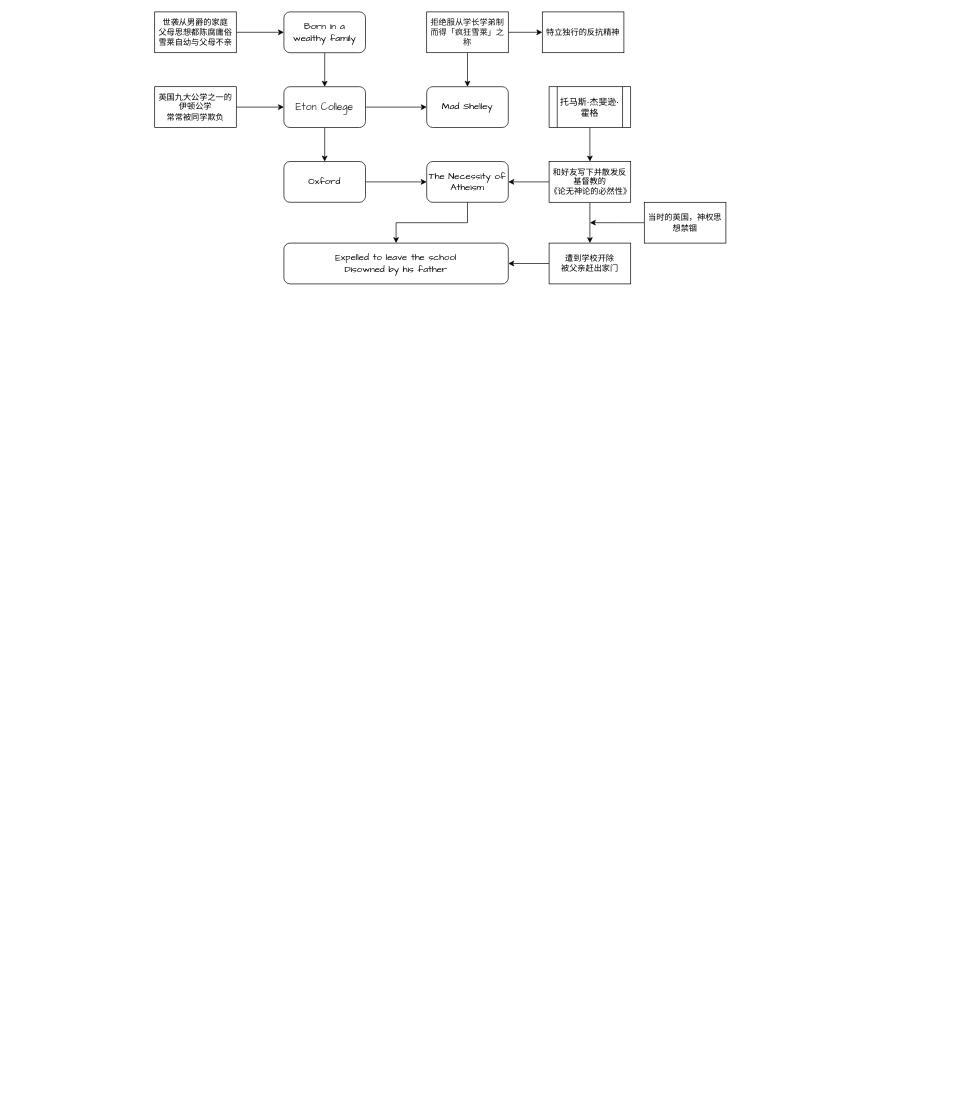
wr786/Miscellaneous keeps this draw.io diagram as Diagrams/Percy Bysshe Shelley.drawio. Above is the earlier version. Source tidied: cells renumbered, new cells numbered last; positions are measured from the earlier drawing's top-left corner, leaving out a move shared by most shapes. Both pictures are drawn from the tidied source at 68%, with x=0, y=0 at pixel (154, 12).
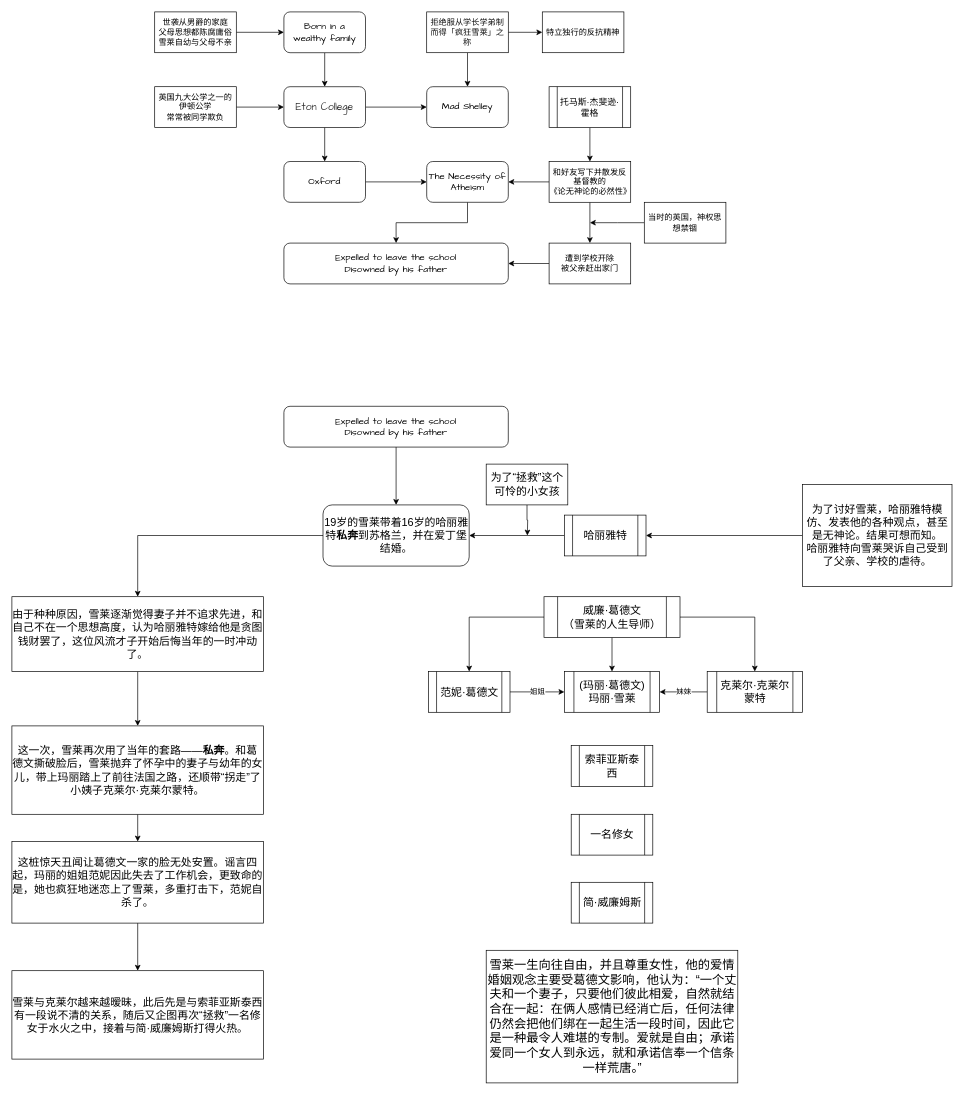
The same diagram, later.

Commit message:
Update Percy Bysshe Shelley.drawio with Love Affairs

Change to the diagram source:
```diff
@@
+    <mxCell id="30" style="edgeStyle=orthogonalEdgeStyle;rounded=0;jettySize=auto;html=1;fontSize=18;" parent="1" edge="1" source="31" target="37">
+      <mxGeometry relative="1" as="geometry" />
+    </mxCell>
+    <mxCell id="31" value="&lt;span style=&quot;font-family: &amp;#34;roboto&amp;#34; , , &amp;#34;helvetica neue&amp;#34; , &amp;#34;helvetica&amp;#34; , &amp;#34;arial&amp;#34; , sans-serif ; font-size: 16px&quot;&gt;哈丽雅特&lt;/span&gt;" style="shape=process;whiteSpace=wrap;html=1;backgroundOutline=1;" parent="1" vertex="1">
+      <mxGeometry x="602.5" y="740" width="120" height="60" as="geometry" />
+    </mxCell>
+    <mxCell id="32" style="edgeStyle=orthogonalEdgeStyle;rounded=0;jettySize=auto;html=1;" parent="1" edge="1" source="33" target="37">
+      <mxGeometry relative="1" as="geometry" />
+    </mxCell>
+    <mxCell id="33" value="Expelled to leave the school&lt;br&gt;Disowned by his father" style="rounded=1;whiteSpace=wrap;html=1;fontFamily=Comic Sans MS;fontSize=14;" parent="1" vertex="1">
+      <mxGeometry x="190" y="580" width="330" height="60" as="geometry" />
+    </mxCell>
+    <mxCell id="34" style="edgeStyle=orthogonalEdgeStyle;rounded=0;jettySize=auto;html=1;fontSize=18;" parent="1" edge="1" source="35" target="31">
+      <mxGeometry relative="1" as="geometry" />
+    </mxCell>
+    <mxCell id="35" value="&lt;span style=&quot;font-family: &amp;#34;roboto&amp;#34; , , &amp;#34;helvetica neue&amp;#34; , &amp;#34;helvetica&amp;#34; , &amp;#34;arial&amp;#34; , sans-serif ; font-size: 16px&quot;&gt;为了讨好雪莱，哈丽雅特模仿、发表他的各种观点，甚至是无神论。结果可想而知。&lt;br&gt;哈丽雅特向雪莱哭诉自己受到了父亲、学校的虐待。&lt;/span&gt;" style="rounded=0;whiteSpace=wrap;html=1;" parent="1" vertex="1">
+      <mxGeometry x="952.5" y="695" width="220" height="150" as="geometry" />
+    </mxCell>
+    <mxCell id="36" style="edgeStyle=orthogonalEdgeStyle;rounded=0;jettySize=auto;html=1;fontSize=18;" parent="1" edge="1" source="37" target="42">
+      <mxGeometry relative="1" as="geometry" />
+    </mxCell>
+    <mxCell id="37" value="&lt;span style=&quot;font-family: &amp;#34;roboto&amp;#34; , , &amp;#34;helvetica neue&amp;#34; , &amp;#34;helvetica&amp;#34; , &amp;#34;arial&amp;#34; , sans-serif ; font-size: 16px&quot;&gt;19岁的雪莱带着16岁的哈丽雅特&lt;b&gt;私奔&lt;/b&gt;到苏格兰，并在爱丁堡结婚。&lt;/span&gt;" style="rounded=1;whiteSpace=wrap;html=1;" parent="1" vertex="1">
+      <mxGeometry x="247.5" y="725" width="215" height="90" as="geometry" />
+    </mxCell>
+    <mxCell id="38" style="edgeStyle=orthogonalEdgeStyle;rounded=0;jettySize=auto;html=1;exitX=0.5;exitY=1;exitDx=0;exitDy=0;fontSize=18;" parent="1" edge="1" source="39">
+      <mxGeometry relative="1" as="geometry">
+        <mxPoint x="548" y="770" as="targetPoint" />
+      </mxGeometry>
+    </mxCell>
+    <mxCell id="39" value="&lt;span style=&quot;font-family: &amp;#34;roboto&amp;#34; , , &amp;#34;helvetica neue&amp;#34; , &amp;#34;helvetica&amp;#34; , &amp;#34;arial&amp;#34; , sans-serif ; font-size: 16px&quot;&gt;为了“拯救”这个可怜的小女孩&lt;/span&gt;" style="rounded=0;whiteSpace=wrap;html=1;" parent="1" vertex="1">
+      <mxGeometry x="487.5" y="665" width="120" height="60" as="geometry" />
+    </mxCell>
+    <mxCell id="40" value="&lt;font style=&quot;font-size: 16px&quot;&gt;(&lt;span style=&quot;font-family: &amp;#34;roboto&amp;#34; , , &amp;#34;helvetica neue&amp;#34; , &amp;#34;helvetica&amp;#34; , &amp;#34;arial&amp;#34; , sans-serif&quot;&gt;玛丽·葛德文&lt;/span&gt;)&lt;br&gt;玛丽·雪莱&lt;/font&gt;" style="shape=process;whiteSpace=wrap;html=1;backgroundOutline=1;" parent="1" vertex="1">
+      <mxGeometry x="602.5" y="970" width="140" height="60" as="geometry" />
+    </mxCell>
+    <mxCell id="41" style="edgeStyle=orthogonalEdgeStyle;rounded=0;jettySize=auto;html=1;fontSize=18;" parent="1" edge="1" source="42" target="52">
+      <mxGeometry relative="1" as="geometry" />
+    </mxCell>
+    <mxCell id="42" value="&lt;span style=&quot;font-family: &amp;#34;roboto&amp;#34; , , &amp;#34;helvetica neue&amp;#34; , &amp;#34;helvetica&amp;#34; , &amp;#34;arial&amp;#34; , sans-serif ; font-size: 16px&quot;&gt;由于种种原因，雪莱逐渐觉得妻子并不追求先进，和自己不在一个思想高度，认为哈丽雅特嫁给他是贪图钱财罢了，这位风流才子开始后悔当年的一时冲动了。&lt;/span&gt;" style="rounded=0;whiteSpace=wrap;html=1;" parent="1" vertex="1">
+      <mxGeometry x="-210" y="860" width="370" height="110" as="geometry" />
+    </mxCell>
+    <mxCell id="43" value="妹妹" style="edgeStyle=orthogonalEdgeStyle;rounded=0;jettySize=auto;html=1;" parent="1" edge="1" source="44" target="40">
+      <mxGeometry relative="1" as="geometry" />
+    </mxCell>
+    <mxCell id="44" value="&lt;span style=&quot;font-family: &amp;#34;roboto&amp;#34; , , &amp;#34;helvetica neue&amp;#34; , &amp;#34;helvetica&amp;#34; , &amp;#34;arial&amp;#34; , sans-serif ; font-size: 16px&quot;&gt;克莱尔·克莱尔蒙特&lt;/span&gt;" style="shape=process;whiteSpace=wrap;html=1;backgroundOutline=1;" parent="1" vertex="1">
+      <mxGeometry x="812.5" y="970" width="140" height="60" as="geometry" />
+    </mxCell>
+    <mxCell id="45" style="edgeStyle=orthogonalEdgeStyle;rounded=0;jettySize=auto;html=1;" parent="1" edge="1" source="48" target="44">
+      <mxGeometry relative="1" as="geometry" />
+    </mxCell>
+    <mxCell id="46" style="edgeStyle=orthogonalEdgeStyle;rounded=0;jettySize=auto;html=1;" parent="1" edge="1" source="48" target="40">
+      <mxGeometry relative="1" as="geometry" />
+    </mxCell>
+    <mxCell id="47" style="edgeStyle=orthogonalEdgeStyle;rounded=0;jettySize=auto;html=1;" parent="1" edge="1" source="48" target="50">
+      <mxGeometry relative="1" as="geometry" />
+    </mxCell>
+    <mxCell id="48" value="&lt;span style=&quot;font-family: &amp;#34;roboto&amp;#34; , , &amp;#34;helvetica neue&amp;#34; , &amp;#34;helvetica&amp;#34; , &amp;#34;arial&amp;#34; , sans-serif ; font-size: 16px&quot;&gt;威廉·葛德文&lt;br&gt;（雪莱的人生导师）&lt;br&gt;&lt;/span&gt;" style="shape=process;whiteSpace=wrap;html=1;backgroundOutline=1;" parent="1" vertex="1">
+      <mxGeometry x="572.5" y="860" width="200" height="60" as="geometry" />
+    </mxCell>
+    <mxCell id="49" value="姐姐" style="edgeStyle=orthogonalEdgeStyle;rounded=0;jettySize=auto;html=1;" parent="1" edge="1" source="50" target="40">
+      <mxGeometry relative="1" as="geometry" />
+    </mxCell>
+    <mxCell id="50" value="&lt;font style=&quot;font-size: 16px&quot;&gt;范妮·葛德文&lt;/font&gt;" style="shape=process;whiteSpace=wrap;html=1;backgroundOutline=1;" parent="1" vertex="1">
+      <mxGeometry x="402.5" y="970" width="120" height="60" as="geometry" />
+    </mxCell>
+    <mxCell id="51" style="edgeStyle=orthogonalEdgeStyle;rounded=0;jettySize=auto;html=1;" parent="1" edge="1" source="52" target="54">
+      <mxGeometry relative="1" as="geometry" />
+    </mxCell>
+    <mxCell id="52" value="&lt;span style=&quot;font-family: &amp;#34;roboto&amp;#34; , , &amp;#34;helvetica neue&amp;#34; , &amp;#34;helvetica&amp;#34; , &amp;#34;arial&amp;#34; , sans-serif ; font-size: 16px&quot;&gt;这一次，雪莱再次用了当年的套路——&lt;b&gt;私奔&lt;/b&gt;。和葛德文撕破脸后，雪莱抛弃了怀孕中的妻子与幼年的女儿，带上玛丽踏上了前往法国之路，还顺带“拐走”了小姨子克莱尔·克莱尔蒙特。&lt;/span&gt;" style="rounded=0;whiteSpace=wrap;html=1;" parent="1" vertex="1">
+      <mxGeometry x="-210" y="1050" width="370" height="130" as="geometry" />
+    </mxCell>
+    <mxCell id="53" style="edgeStyle=orthogonalEdgeStyle;rounded=0;jettySize=auto;html=1;fontSize=18;" parent="1" edge="1" source="54" target="58">
+      <mxGeometry relative="1" as="geometry" />
+    </mxCell>
+    <mxCell id="54" value="&lt;span style=&quot;font-family: &amp;#34;roboto&amp;#34; , , &amp;#34;helvetica neue&amp;#34; , &amp;#34;helvetica&amp;#34; , &amp;#34;arial&amp;#34; , sans-serif ; font-size: 16px&quot;&gt;这桩惊天丑闻让葛德文一家的脸无处安置。谣言四起，玛丽的姐姐范妮因此失去了工作机会，更致命的是，她也疯狂地迷恋上了雪莱，多重打击下，范妮自杀了。&lt;/span&gt;" style="rounded=0;whiteSpace=wrap;html=1;" parent="1" vertex="1">
+      <mxGeometry x="-210" y="1220" width="370" height="120" as="geometry" />
+    </mxCell>
+    <mxCell id="55" value="&lt;span style=&quot;font-family: &amp;#34;roboto&amp;#34; , , &amp;#34;helvetica neue&amp;#34; , &amp;#34;helvetica&amp;#34; , &amp;#34;arial&amp;#34; , sans-serif ; font-size: 16px&quot;&gt;索菲亚斯泰西&lt;/span&gt;" style="shape=process;whiteSpace=wrap;html=1;backgroundOutline=1;" parent="1" vertex="1">
+      <mxGeometry x="612.5" y="1079" width="120" height="60" as="geometry" />
+    </mxCell>
+    <mxCell id="56" value="&lt;span style=&quot;font-family: &amp;#34;roboto&amp;#34; , , &amp;#34;helvetica neue&amp;#34; , &amp;#34;helvetica&amp;#34; , &amp;#34;arial&amp;#34; , sans-serif ; font-size: 16px&quot;&gt;一名修女&lt;/span&gt;" style="shape=process;whiteSpace=wrap;html=1;backgroundOutline=1;" parent="1" vertex="1">
+      <mxGeometry x="612.5" y="1180" width="120" height="60" as="geometry" />
+    </mxCell>
+    <mxCell id="57" value="&lt;span style=&quot;font-family: &amp;#34;roboto&amp;#34; , , &amp;#34;helvetica neue&amp;#34; , &amp;#34;helvetica&amp;#34; , &amp;#34;arial&amp;#34; , sans-serif ; font-size: 16px&quot;&gt;简·威廉姆斯&lt;/span&gt;" style="shape=process;whiteSpace=wrap;html=1;backgroundOutline=1;" parent="1" vertex="1">
+      <mxGeometry x="612.5" y="1280" width="120" height="60" as="geometry" />
+    </mxCell>
+    <mxCell id="58" value="&lt;span style=&quot;font-family: &amp;#34;roboto&amp;#34; , , &amp;#34;helvetica neue&amp;#34; , &amp;#34;helvetica&amp;#34; , &amp;#34;arial&amp;#34; , sans-serif ; font-size: 16px&quot;&gt;雪莱与克莱尔越来越暧昧，此后先是与索菲亚斯泰西有一段说不清的关系，随后又企图再次“拯救”一名修女于水火之中，接着与简·威廉姆斯打得火热。&lt;/span&gt;" style="rounded=0;whiteSpace=wrap;html=1;" parent="1" vertex="1">
+      <mxGeometry x="-210" y="1410" width="370" height="130" as="geometry" />
+    </mxCell>
+    <mxCell id="59" value="&#10;&#10;&lt;span style=&quot;color: rgb(0, 0, 0); font-size: 18px; font-style: normal; font-weight: 400; letter-spacing: normal; text-indent: 0px; text-transform: none; word-spacing: 0px; display: inline; float: none;&quot;&gt;雪莱一生向往自由，并且尊重女性，他的爱情婚姻观念主要受葛德文影响，他认为：“一个丈夫和一个妻子，只要他们彼此相爱，自然就结合在一起：在俩人感情已经消亡后，任何法律仍然会把他们绑在一起生活一段时间，因此它是一种最令人难堪的专制。爱就是自由；承诺爱同一个女人到永远，就和承诺信奉一个信条一样荒唐。”&lt;/span&gt;&#10;&#10;" style="rounded=0;whiteSpace=wrap;html=1;fontSize=18;" parent="1" vertex="1">
+      <mxGeometry x="487.5" y="1380" width="370" height="195" as="geometry" />
+    </mxCell>
```
